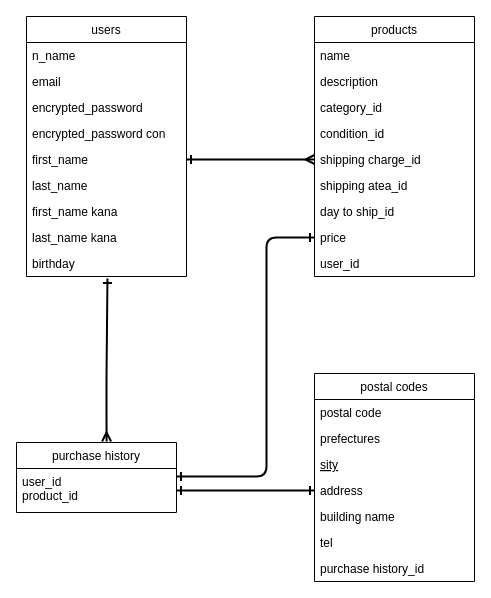
ginia3150/furima-35719 keeps this draw.io diagram as furima.dio. Above is the earlier version. Source tidied: cells renumbered, new cells numbered last; positions are measured from the earlier drawing's top-left corner, leaving out a move shared by most shapes. Both pictures are drawn from the tidied source at 100%, with x=0, y=0 at pixel (16, 16).
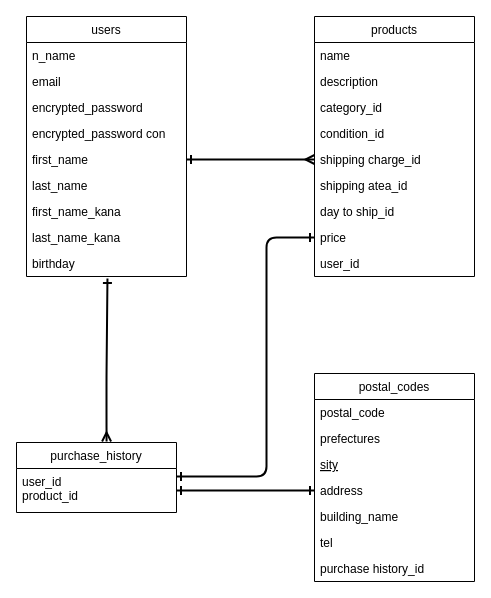
After the change.

The change refers to these unchanged cells:
```xml
<mxCell id="2" value="users" style="swimlane;fontStyle=0;align=center;verticalAlign=top;horizontal=1;startSize=26;rounded=0;shadow=0;strokeWidth=1;" parent="1" vertex="1">
  <mxGeometry x="10" width="160" height="260" as="geometry" />
</mxCell>
```

What changed in the source:
```diff
@@
-    <mxCell id="9" value="first_name kana" style="text;align=left;verticalAlign=top;spacingLeft=4;spacingRight=4;overflow=hidden;" parent="2" vertex="1">
+    <mxCell id="9" value="first_name_kana" style="text;align=left;verticalAlign=top;spacingLeft=4;spacingRight=4;overflow=hidden;" parent="2" vertex="1">
       <mxGeometry y="182" width="160" height="26" as="geometry" />
     </mxCell>
-    <mxCell id="10" value="last_name kana" style="text;align=left;verticalAlign=top;spacingLeft=4;spacingRight=4;overflow=hidden;" parent="2" vertex="1">
+    <mxCell id="10" value="last_name_kana" style="text;align=left;verticalAlign=top;spacingLeft=4;spacingRight=4;overflow=hidden;" parent="2" vertex="1">
       <mxGeometry y="208" width="160" height="26" as="geometry" />
     </mxCell>
@@
-    <mxCell id="12" value="postal codes" style="swimlane;fontStyle=0;align=center;verticalAlign=top;horizontal=1;startSize=26;rounded=0;shadow=0;strokeWidth=1;" parent="1" vertex="1">
+    <mxCell id="12" value="postal_codes" style="swimlane;fontStyle=0;align=center;verticalAlign=top;horizontal=1;startSize=26;rounded=0;shadow=0;strokeWidth=1;" parent="1" vertex="1">
       <mxGeometry x="298" y="357" width="160" height="208" as="geometry" />
     </mxCell>
-    <mxCell id="13" value="postal code" style="text;align=left;verticalAlign=top;spacingLeft=4;spacingRight=4;overflow=hidden;" parent="12" vertex="1">
+    <mxCell id="13" value="postal_code" style="text;align=left;verticalAlign=top;spacingLeft=4;spacingRight=4;overflow=hidden;" parent="12" vertex="1">
       <mxGeometry y="26" width="160" height="26" as="geometry" />
     </mxCell>
@@
-    <mxCell id="17" value="building name" style="text;align=left;verticalAlign=top;spacingLeft=4;spacingRight=4;overflow=hidden;" parent="12" vertex="1">
+    <mxCell id="17" value="building_name" style="text;align=left;verticalAlign=top;spacingLeft=4;spacingRight=4;overflow=hidden;" parent="12" vertex="1">
       <mxGeometry y="130" width="160" height="26" as="geometry" />
     </mxCell>
@@
-    <mxCell id="20" value="purchase history" style="swimlane;fontStyle=0;align=center;verticalAlign=top;horizontal=1;startSize=26;rounded=0;shadow=0;strokeWidth=1;" parent="1" vertex="1">
+    <mxCell id="20" value="purchase_history" style="swimlane;fontStyle=0;align=center;verticalAlign=top;horizontal=1;startSize=26;rounded=0;shadow=0;strokeWidth=1;" parent="1" vertex="1">
       <mxGeometry y="426" width="160" height="70" as="geometry" />
     </mxCell>
```
